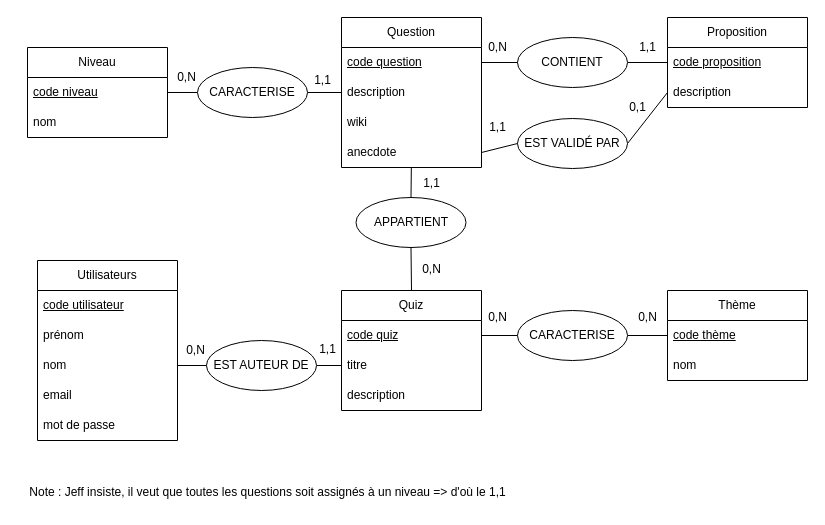
Baptiste-Jasselin/myOquiz keeps this draw.io diagram as docs/project-analysis/mcd/mcd.drawio. Above is the earlier version. Source tidied: cells renumbered, new cells numbered last; positions are measured from the earlier drawing's top-left corner, leaving out a move shared by most shapes. Both pictures are drawn from the tidied source at 100%, with x=0, y=0 at pixel (17, 17).
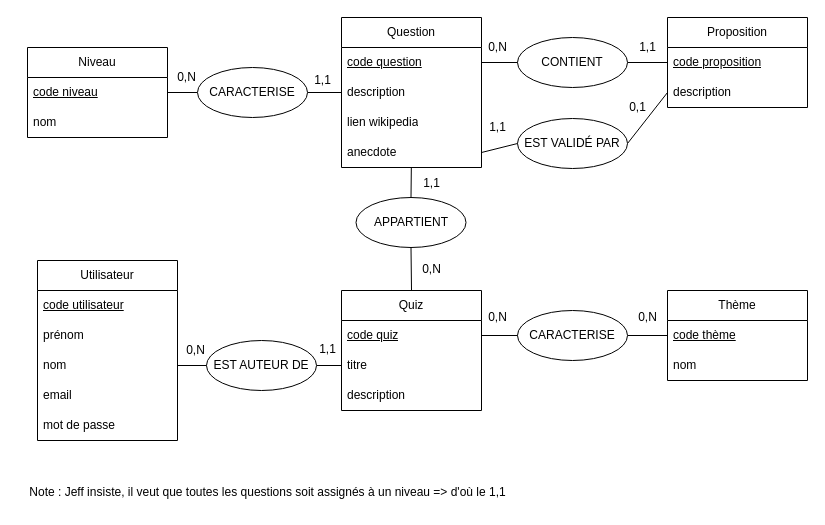
The same diagram, later.

The change refers to these unchanged cells:
```xml
<mxCell id="13" value="Question" style="swimlane;fontStyle=0;horizontal=1;startSize=30;whiteSpace=wrap;html=1;" parent="1" vertex="1">
  <mxGeometry x="324" width="140" height="150" as="geometry" />
</mxCell>
```

Diff of the diagram source:
```diff
@@
-    <mxCell id="2" value="Utilisateurs" style="swimlane;fontStyle=0;horizontal=1;startSize=30;whiteSpace=wrap;html=1;" parent="1" vertex="1">
+    <mxCell id="2" value="Utilisateur" style="swimlane;fontStyle=0;horizontal=1;startSize=30;whiteSpace=wrap;html=1;" parent="1" vertex="1">
       <mxGeometry x="20" y="243" width="140" height="180" as="geometry" />
     </mxCell>
@@
-    <mxCell id="16" value="wiki" style="text;strokeColor=none;fillColor=none;align=left;verticalAlign=middle;spacingLeft=4;spacingRight=4;overflow=hidden;whiteSpace=wrap;html=1;" parent="13" vertex="1">
+    <mxCell id="16" value="lien wikipedia" style="text;strokeColor=none;fillColor=none;align=left;verticalAlign=middle;spacingLeft=4;spacingRight=4;overflow=hidden;whiteSpace=wrap;html=1;" parent="13" vertex="1">
       <mxGeometry y="90" width="140" height="30" as="geometry" />
     </mxCell>
```
